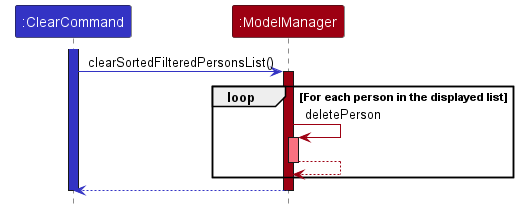
ricketytoc/tp keeps this PlantUML diagram as docs/images/ClearCommandSequenceDiagram.png. Above is the earlier version.
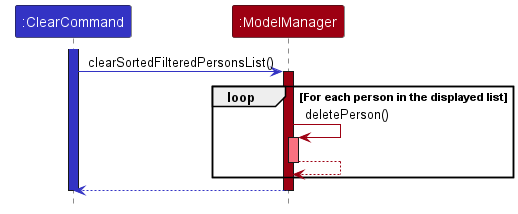
The same file after the commit.

Commit message:
Improve clarity for ClearCommand sequence diagram

The edit, as a diff of the source:
```diff
@@ -11,7 +11,7 @@
 activate ModelManager MODEL_COLOR
 
 loop For each person in the displayed list
-    ModelManager -[MODEL_COLOR]> ModelManager: deletePerson
+    ModelManager -[MODEL_COLOR]> ModelManager: deletePerson()
     activate ModelManager MODEL_COLOR_T1
     ModelManager --[MODEL_COLOR]> ModelManager
     deactivate ModelManager
```
